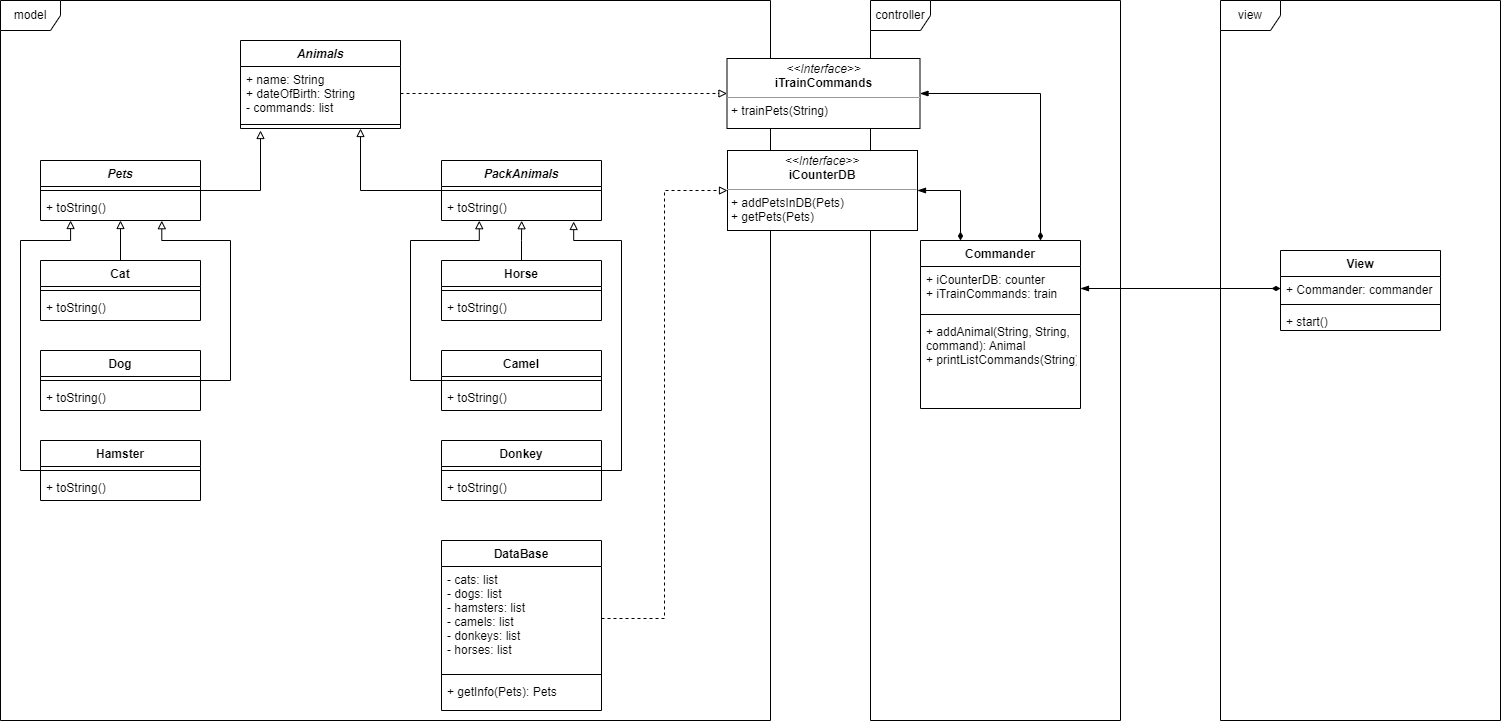
MaxVed110/AaccountingSystemForNursery keeps this draw.io diagram as UML_pets.png. Above is the earlier version. Source tidied: cells renumbered, new cells last; positions are measured from the earlier drawing's top-left corner, leaving out a move shared by most shapes.
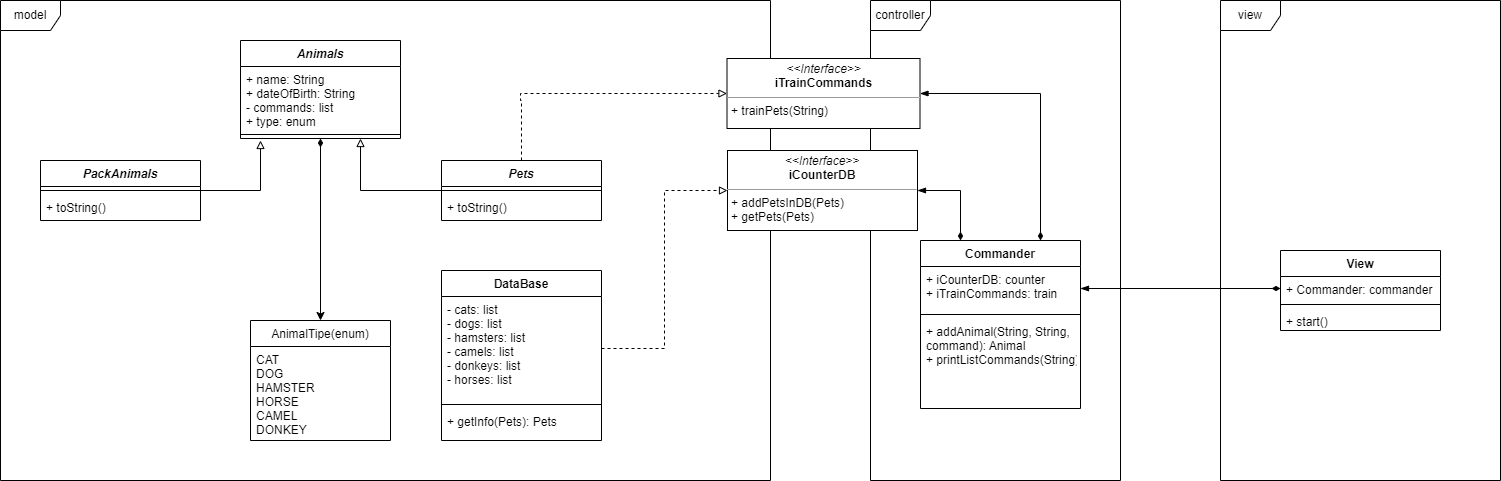
The same file after the commit.

Diff of the diagram source:
```diff
@@ -2,21 +2,24 @@
   <root>
     <mxCell id="0" />
     <mxCell id="1" parent="0" />
+    <mxCell id="59" style="edgeStyle=orthogonalEdgeStyle;rounded=0;jettySize=auto;html=1;exitX=0.5;exitY=1;exitDx=0;exitDy=0;entryX=0.5;entryY=0;entryDx=0;entryDy=0;startArrow=diamondThin;startFill=1;" parent="1" edge="1" source="2" target="60">
+      <mxGeometry relative="1" as="geometry" />
+    </mxCell>
     <mxCell id="2" value="Animals" style="swimlane;fontStyle=3;align=center;verticalAlign=top;horizontal=1;startSize=26;" parent="1" vertex="1">
-      <mxGeometry x="240" y="40" width="160" height="88" as="geometry" />
+      <mxGeometry x="240" y="40" width="160" height="98" as="geometry" />
     </mxCell>
-    <mxCell id="3" value="+ name: String&#10;+ dateOfBirth: String&#10;- commands: list" style="text;strokeColor=none;fillColor=none;align=left;verticalAlign=top;spacingLeft=4;spacingRight=4;overflow=hidden;points=[[0,0.5],[1,0.5]];portConstraint=eastwest;" parent="2" vertex="1">
-      <mxGeometry y="26" width="160" height="54" as="geometry" />
+    <mxCell id="3" value="+ name: String&#10;+ dateOfBirth: String&#10;- commands: list&#10;+ type: enum" style="text;strokeColor=none;fillColor=none;align=left;verticalAlign=top;spacingLeft=4;spacingRight=4;overflow=hidden;points=[[0,0.5],[1,0.5]];portConstraint=eastwest;" parent="2" vertex="1">
+      <mxGeometry y="26" width="160" height="64" as="geometry" />
     </mxCell>
     <mxCell id="4" style="line;strokeWidth=1;fillColor=none;align=left;verticalAlign=middle;spacingTop=-1;spacingLeft=3;spacingRight=3;labelPosition=right;strokeColor=inherit;" parent="2" vertex="1">
-      <mxGeometry y="80" width="160" height="8" as="geometry" />
+      <mxGeometry y="90" width="160" height="8" as="geometry" />
     </mxCell>
     <mxCell id="5" style="edgeStyle=orthogonalEdgeStyle;rounded=0;jettySize=auto;html=1;exitX=1;exitY=0.5;exitDx=0;exitDy=0;endArrow=block;endFill=0;" parent="1" edge="1" source="6">
       <mxGeometry relative="1" as="geometry">
-        <mxPoint x="260" y="130" as="targetPoint" />
+        <mxPoint x="260" y="140" as="targetPoint" />
       </mxGeometry>
     </mxCell>
-    <mxCell id="6" value="Pets" style="swimlane;fontStyle=3;align=center;verticalAlign=top;horizontal=1;startSize=26;" parent="1" vertex="1">
+    <mxCell id="6" value="PackAnimals" style="swimlane;fontStyle=3;align=center;verticalAlign=top;horizontal=1;startSize=26;" parent="1" vertex="1">
       <mxGeometry x="40" y="160" width="160" height="60" as="geometry" />
     </mxCell>
     <mxCell id="7" style="line;strokeWidth=1;fillColor=none;align=left;verticalAlign=middle;spacingTop=-1;spacingLeft=3;spacingRight=3;labelPosition=right;strokeColor=inherit;" parent="6" vertex="1">
@@ -28,7 +31,7 @@
     <mxCell id="9" style="edgeStyle=orthogonalEdgeStyle;rounded=0;jettySize=auto;html=1;entryX=0.75;entryY=1;entryDx=0;entryDy=0;endArrow=block;endFill=0;" parent="1" edge="1" source="10" target="2">
       <mxGeometry relative="1" as="geometry" />
     </mxCell>
-    <mxCell id="10" value="PackAnimals" style="swimlane;fontStyle=3;align=center;verticalAlign=top;horizontal=1;startSize=26;" parent="1" vertex="1">
+    <mxCell id="10" value="Pets" style="swimlane;fontStyle=3;align=center;verticalAlign=top;horizontal=1;startSize=26;" parent="1" vertex="1">
       <mxGeometry x="441" y="160" width="160" height="60" as="geometry" />
     </mxCell>
     <mxCell id="11" style="line;strokeWidth=1;fillColor=none;align=left;verticalAlign=middle;spacingTop=-1;spacingLeft=3;spacingRight=3;labelPosition=right;strokeColor=inherit;" parent="10" vertex="1">
@@ -37,102 +40,6 @@
     <mxCell id="12" value="+ toString()" style="text;strokeColor=none;fillColor=none;align=left;verticalAlign=top;spacingLeft=4;spacingRight=4;overflow=hidden;points=[[0,0.5],[1,0.5]];portConstraint=eastwest;" parent="10" vertex="1">
       <mxGeometry y="34" width="160" height="26" as="geometry" />
     </mxCell>
-    <mxCell id="13" style="edgeStyle=orthogonalEdgeStyle;rounded=0;jettySize=auto;html=1;entryX=0.236;entryY=1.008;entryDx=0;entryDy=0;entryPerimeter=0;endArrow=block;endFill=0;" parent="1" edge="1" source="14" target="12">
-      <mxGeometry relative="1" as="geometry">
-        <Array as="points">
-          <mxPoint x="410" y="380" />
-          <mxPoint x="410" y="240" />
-          <mxPoint x="479" y="240" />
-        </Array>
-      </mxGeometry>
-    </mxCell>
-    <mxCell id="14" value="Camel" style="swimlane;fontStyle=1;align=center;verticalAlign=top;horizontal=1;startSize=26;" parent="1" vertex="1">
-      <mxGeometry x="441" y="350" width="160" height="60" as="geometry" />
-    </mxCell>
-    <mxCell id="15" style="line;strokeWidth=1;fillColor=none;align=left;verticalAlign=middle;spacingTop=-1;spacingLeft=3;spacingRight=3;labelPosition=right;strokeColor=inherit;" parent="14" vertex="1">
-      <mxGeometry y="26" width="160" height="8" as="geometry" />
-    </mxCell>
-    <mxCell id="16" value="+ toString()" style="text;strokeColor=none;fillColor=none;align=left;verticalAlign=top;spacingLeft=4;spacingRight=4;overflow=hidden;" parent="14" vertex="1">
-      <mxGeometry y="34" width="160" height="26" as="geometry" />
-    </mxCell>
-    <mxCell id="17" style="edgeStyle=orthogonalEdgeStyle;rounded=0;jettySize=auto;html=1;entryX=0.501;entryY=1.008;entryDx=0;entryDy=0;entryPerimeter=0;endArrow=block;endFill=0;" parent="1" edge="1" source="18" target="12">
-      <mxGeometry relative="1" as="geometry" />
-    </mxCell>
-    <mxCell id="18" value="Horse" style="swimlane;fontStyle=1;align=center;verticalAlign=top;horizontal=1;startSize=26;" parent="1" vertex="1">
-      <mxGeometry x="441" y="260" width="160" height="60" as="geometry" />
-    </mxCell>
-    <mxCell id="19" style="line;strokeWidth=1;fillColor=none;align=left;verticalAlign=middle;spacingTop=-1;spacingLeft=3;spacingRight=3;labelPosition=right;strokeColor=inherit;" parent="18" vertex="1">
-      <mxGeometry y="26" width="160" height="8" as="geometry" />
-    </mxCell>
-    <mxCell id="20" value="+ toString()" style="text;strokeColor=none;fillColor=none;align=left;verticalAlign=top;spacingLeft=4;spacingRight=4;overflow=hidden;" parent="18" vertex="1">
-      <mxGeometry y="34" width="160" height="26" as="geometry" />
-    </mxCell>
-    <mxCell id="21" style="edgeStyle=orthogonalEdgeStyle;rounded=0;jettySize=auto;html=1;exitX=1;exitY=0.5;exitDx=0;exitDy=0;entryX=0.826;entryY=1.038;entryDx=0;entryDy=0;entryPerimeter=0;endArrow=block;endFill=0;" parent="1" edge="1" source="22" target="12">
-      <mxGeometry relative="1" as="geometry">
-        <Array as="points">
-          <mxPoint x="621" y="470" />
-          <mxPoint x="621" y="240" />
-          <mxPoint x="573" y="240" />
-        </Array>
-      </mxGeometry>
-    </mxCell>
-    <mxCell id="22" value="Donkey" style="swimlane;fontStyle=1;align=center;verticalAlign=top;horizontal=1;startSize=26;" parent="1" vertex="1">
-      <mxGeometry x="441" y="440" width="160" height="60" as="geometry" />
-    </mxCell>
-    <mxCell id="23" style="line;strokeWidth=1;fillColor=none;align=left;verticalAlign=middle;spacingTop=-1;spacingLeft=3;spacingRight=3;labelPosition=right;strokeColor=inherit;" parent="22" vertex="1">
-      <mxGeometry y="26" width="160" height="8" as="geometry" />
-    </mxCell>
-    <mxCell id="24" value="+ toString()" style="text;strokeColor=none;fillColor=none;align=left;verticalAlign=top;spacingLeft=4;spacingRight=4;overflow=hidden;" parent="22" vertex="1">
-      <mxGeometry y="34" width="160" height="26" as="geometry" />
-    </mxCell>
-    <mxCell id="25" style="edgeStyle=orthogonalEdgeStyle;rounded=0;jettySize=auto;html=1;endArrow=block;endFill=0;" parent="1" edge="1" source="26" target="6">
-      <mxGeometry relative="1" as="geometry" />
-    </mxCell>
-    <mxCell id="26" value="Сat" style="swimlane;fontStyle=1;align=center;verticalAlign=top;horizontal=1;startSize=26;" parent="1" vertex="1">
-      <mxGeometry x="40" y="260" width="160" height="60" as="geometry" />
-    </mxCell>
-    <mxCell id="27" style="line;strokeWidth=1;fillColor=none;align=left;verticalAlign=middle;spacingTop=-1;spacingLeft=3;spacingRight=3;labelPosition=right;strokeColor=inherit;" parent="26" vertex="1">
-      <mxGeometry y="26" width="160" height="8" as="geometry" />
-    </mxCell>
-    <mxCell id="28" value="+ toString()" style="text;strokeColor=none;fillColor=none;align=left;verticalAlign=top;spacingLeft=4;spacingRight=4;overflow=hidden;" parent="26" vertex="1">
-      <mxGeometry y="34" width="160" height="26" as="geometry" />
-    </mxCell>
-    <mxCell id="29" style="edgeStyle=orthogonalEdgeStyle;rounded=0;jettySize=auto;html=1;entryX=0.758;entryY=1.008;entryDx=0;entryDy=0;entryPerimeter=0;endArrow=block;endFill=0;" parent="1" edge="1" source="30" target="8">
-      <mxGeometry relative="1" as="geometry">
-        <Array as="points">
-          <mxPoint x="230" y="380" />
-          <mxPoint x="230" y="240" />
-          <mxPoint x="161" y="240" />
-        </Array>
-      </mxGeometry>
-    </mxCell>
-    <mxCell id="30" value="Dog" style="swimlane;fontStyle=1;align=center;verticalAlign=top;horizontal=1;startSize=26;" parent="1" vertex="1">
-      <mxGeometry x="40" y="350" width="160" height="60" as="geometry" />
-    </mxCell>
-    <mxCell id="31" style="line;strokeWidth=1;fillColor=none;align=left;verticalAlign=middle;spacingTop=-1;spacingLeft=3;spacingRight=3;labelPosition=right;strokeColor=inherit;" parent="30" vertex="1">
-      <mxGeometry y="26" width="160" height="8" as="geometry" />
-    </mxCell>
-    <mxCell id="32" value="+ toString()" style="text;strokeColor=none;fillColor=none;align=left;verticalAlign=top;spacingLeft=4;spacingRight=4;overflow=hidden;" parent="30" vertex="1">
-      <mxGeometry y="34" width="160" height="26" as="geometry" />
-    </mxCell>
-    <mxCell id="33" style="edgeStyle=orthogonalEdgeStyle;rounded=0;jettySize=auto;html=1;exitX=0;exitY=0.5;exitDx=0;exitDy=0;entryX=0.188;entryY=1;entryDx=0;entryDy=0;entryPerimeter=0;endArrow=block;endFill=0;" parent="1" edge="1" source="34" target="8">
-      <mxGeometry relative="1" as="geometry">
-        <Array as="points">
-          <mxPoint x="20" y="470" />
-          <mxPoint x="20" y="240" />
-          <mxPoint x="70" y="240" />
-        </Array>
-      </mxGeometry>
-    </mxCell>
-    <mxCell id="34" value="Hamster" style="swimlane;fontStyle=1;align=center;verticalAlign=top;horizontal=1;startSize=26;" parent="1" vertex="1">
-      <mxGeometry x="40" y="440" width="160" height="60" as="geometry" />
-    </mxCell>
-    <mxCell id="35" style="line;strokeWidth=1;fillColor=none;align=left;verticalAlign=middle;spacingTop=-1;spacingLeft=3;spacingRight=3;labelPosition=right;strokeColor=inherit;" parent="34" vertex="1">
-      <mxGeometry y="26" width="160" height="8" as="geometry" />
-    </mxCell>
-    <mxCell id="36" value="+ toString()" style="text;strokeColor=none;fillColor=none;align=left;verticalAlign=top;spacingLeft=4;spacingRight=4;overflow=hidden;" parent="34" vertex="1">
-      <mxGeometry y="34" width="160" height="26" as="geometry" />
-    </mxCell>
     <mxCell id="37" style="edgeStyle=orthogonalEdgeStyle;rounded=0;jettySize=auto;html=1;exitX=0.25;exitY=0;exitDx=0;exitDy=0;entryX=1;entryY=0.5;entryDx=0;entryDy=0;endArrow=blockThin;endFill=1;startArrow=diamondThin;startFill=1;" parent="1" edge="1" source="39" target="51">
       <mxGeometry relative="1" as="geometry" />
     </mxCell>
@@ -152,7 +59,7 @@
       <mxGeometry y="78" width="160" height="90" as="geometry" />
     </mxCell>
     <mxCell id="43" value="DataBase" style="swimlane;fontStyle=1;align=center;verticalAlign=top;horizontal=1;startSize=26;" parent="1" vertex="1">
-      <mxGeometry x="441" y="540" width="160" height="170" as="geometry" />
+      <mxGeometry x="441" y="270" width="160" height="170" as="geometry" />
     </mxCell>
     <mxCell id="44" value="- cats: list&#10;- dogs: list&#10;- hamsters: list&#10;- camels: list&#10;- donkeys: list&#10;- horses: list" style="text;strokeColor=none;fillColor=none;align=left;verticalAlign=top;spacingLeft=4;spacingRight=4;overflow=hidden;points=[[0,0.5],[1,0.5]];portConstraint=eastwest;" parent="43" vertex="1">
       <mxGeometry y="26" width="160" height="104" as="geometry" />
@@ -164,16 +71,22 @@
       <mxGeometry y="138" width="160" height="32" as="geometry" />
     </mxCell>
     <mxCell id="47" value="model" style="shape=umlFrame;whiteSpace=wrap;html=1;" parent="1" vertex="1">
-      <mxGeometry width="770" height="720" as="geometry" />
+      <mxGeometry width="770" height="480" as="geometry" />
     </mxCell>
     <mxCell id="48" value="controller" style="shape=umlFrame;whiteSpace=wrap;html=1;" parent="1" vertex="1">
-      <mxGeometry x="870" width="250" height="720" as="geometry" />
+      <mxGeometry x="870" width="250" height="480" as="geometry" />
     </mxCell>
     <mxCell id="49" value="view" style="shape=umlFrame;whiteSpace=wrap;html=1;" parent="1" vertex="1">
-      <mxGeometry x="1220" width="280" height="720" as="geometry" />
+      <mxGeometry x="1220" width="280" height="480" as="geometry" />
     </mxCell>
-    <mxCell id="50" style="edgeStyle=orthogonalEdgeStyle;rounded=0;jettySize=auto;html=1;exitX=1;exitY=0.5;exitDx=0;exitDy=0;endArrow=block;endFill=0;dashed=1;" parent="1" edge="1" source="3" target="58">
-      <mxGeometry relative="1" as="geometry" />
+    <mxCell id="50" style="edgeStyle=orthogonalEdgeStyle;rounded=0;jettySize=auto;html=1;exitX=0.5;exitY=0;exitDx=0;exitDy=0;endArrow=block;endFill=0;dashed=1;" parent="1" edge="1" source="10" target="58">
+      <mxGeometry relative="1" as="geometry">
+        <Array as="points">
+          <mxPoint x="521" y="100" />
+          <mxPoint x="520" y="100" />
+          <mxPoint x="520" y="93" />
+        </Array>
+      </mxGeometry>
     </mxCell>
     <mxCell id="51" value="&lt;p style=&quot;margin:0px;margin-top:4px;text-align:center;&quot;&gt;&lt;i&gt;&amp;lt;&amp;lt;Interface&amp;gt;&amp;gt;&lt;/i&gt;&lt;br&gt;&lt;b&gt;iCounterDB&lt;/b&gt;&lt;/p&gt;&lt;hr size=&quot;1&quot;&gt;&lt;p style=&quot;margin:0px;margin-left:4px;&quot;&gt;+ addPetsInDB(Pets)&lt;/p&gt;&lt;p style=&quot;margin:0px;margin-left:4px;&quot;&gt;+ getPets(Pets)&lt;/p&gt;&lt;p style=&quot;margin:0px;margin-left:4px;&quot;&gt;&lt;br&gt;&lt;/p&gt;" style="verticalAlign=top;align=left;overflow=fill;fontSize=12;fontFamily=Helvetica;html=1;" parent="1" vertex="1">
       <mxGeometry x="727" y="150" width="190" height="80" as="geometry" />
@@ -199,5 +112,11 @@
     <mxCell id="58" value="&lt;p style=&quot;margin:0px;margin-top:4px;text-align:center;&quot;&gt;&lt;i&gt;&amp;lt;&amp;lt;Interface&amp;gt;&amp;gt;&lt;/i&gt;&lt;br&gt;&lt;b&gt;iTrainCommands&lt;/b&gt;&lt;/p&gt;&lt;hr size=&quot;1&quot;&gt;&lt;p style=&quot;margin:0px;margin-left:4px;&quot;&gt;+ trainPets(String)&lt;br&gt;&lt;/p&gt;&lt;p style=&quot;margin:0px;margin-left:4px;&quot;&gt;&lt;br&gt;&lt;/p&gt;" style="verticalAlign=top;align=left;overflow=fill;fontSize=12;fontFamily=Helvetica;html=1;" parent="1" vertex="1">
       <mxGeometry x="726.5" y="58" width="193" height="70" as="geometry" />
     </mxCell>
+    <mxCell id="60" value="AnimalTipe(enum)" style="swimlane;fontStyle=0;horizontal=1;startSize=26;fillColor=none;" parent="1" vertex="1">
+      <mxGeometry x="250" y="320" width="140" height="120" as="geometry" />
+    </mxCell>
+    <mxCell id="61" value="CAT&#10;DOG&#10;HAMSTER&#10;HORSE&#10;CAMEL&#10;DONKEY" style="text;strokeColor=none;fillColor=none;align=left;verticalAlign=top;spacingLeft=4;spacingRight=4;overflow=hidden;" parent="60" vertex="1">
+      <mxGeometry y="26" width="140" height="94" as="geometry" />
+    </mxCell>
   </root>
 </mxGraphModel>
```
